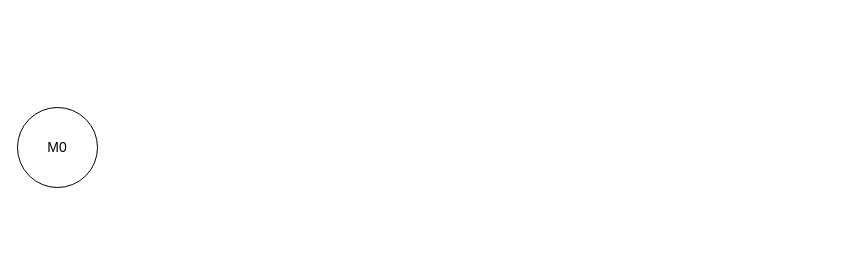
Above: Milestone 2 Erreichbarkeitsgraph.drawio in ALADIN847/ALADIN847 (draw.io), before the change. Source tidied: cells renumbered, new cells numbered last; positions are measured from the earlier drawing's top-left corner, leaving out a move shared by most shapes. Both pictures are drawn from the tidied source at 100%, with x=0, y=0 at pixel (17, 107).
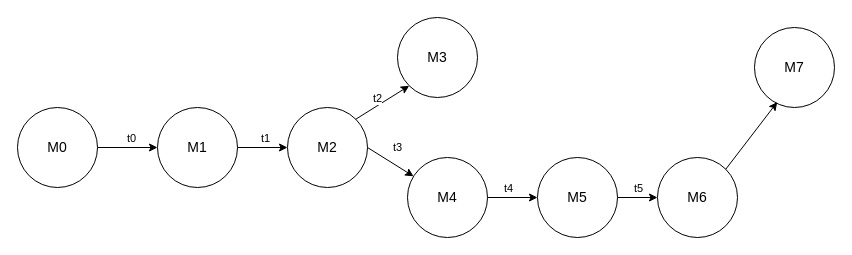
The same diagram, later.

Unchanged cells that the change refers to:
```xml
<mxCell id="2" value="&lt;font style=&quot;font-size: 14px;&quot;&gt;M0&lt;/font&gt;" style="ellipse;whiteSpace=wrap;html=1;" parent="1" vertex="1">
  <mxGeometry width="80" height="80" as="geometry" />
</mxCell>
```

Diff of the diagram source:
```diff
@@
+    <mxCell id="3" value="&lt;font style=&quot;font-size: 14px;&quot;&gt;M1&lt;/font&gt;" style="ellipse;whiteSpace=wrap;html=1;" parent="1" vertex="1">
+      <mxGeometry x="140" width="80" height="80" as="geometry" />
+    </mxCell>
+    <mxCell id="4" style="endArrow=classic;html=1;rounded=0;exitX=1;exitY=0.5;exitDx=0;exitDy=0;entryX=0;entryY=0.5;entryDx=0;entryDy=0;" parent="1" edge="1" source="2" target="3">
+      <mxGeometry relative="1" as="geometry" />
+    </mxCell>
+    <mxCell id="5" value="t0" style="edgeLabel;html=1;align=center;verticalAlign=middle;" parent="4" vertex="1">
+      <mxGeometry x="0.09" y="-1" relative="1" as="geometry">
+        <mxPoint y="-11" as="offset" />
+      </mxGeometry>
+    </mxCell>
+    <mxCell id="6" value="&lt;font style=&quot;font-size: 14px;&quot;&gt;M2&lt;/font&gt;" style="ellipse;whiteSpace=wrap;html=1;" parent="1" vertex="1">
+      <mxGeometry x="270" width="80" height="80" as="geometry" />
+    </mxCell>
+    <mxCell id="7" style="endArrow=classic;html=1;rounded=0;exitX=1;exitY=0.5;exitDx=0;exitDy=0;entryX=0;entryY=0.5;entryDx=0;entryDy=0;" parent="1" edge="1" source="3" target="6">
+      <mxGeometry relative="1" as="geometry" />
+    </mxCell>
+    <mxCell id="8" value="t1" style="edgeLabel;html=1;align=center;verticalAlign=middle;" parent="7" vertex="1">
+      <mxGeometry x="0.09" y="-1" relative="1" as="geometry">
+        <mxPoint y="-11" as="offset" />
+      </mxGeometry>
+    </mxCell>
+    <mxCell id="9" value="&lt;font style=&quot;font-size: 14px;&quot;&gt;M3&lt;/font&gt;" style="ellipse;whiteSpace=wrap;html=1;" parent="1" vertex="1">
+      <mxGeometry x="380" y="-90" width="80" height="80" as="geometry" />
+    </mxCell>
+    <mxCell id="10" style="endArrow=classic;html=1;rounded=0;exitX=1;exitY=0;exitDx=0;exitDy=0;entryX=0;entryY=1;entryDx=0;entryDy=0;" parent="1" edge="1" source="6" target="9">
+      <mxGeometry relative="1" as="geometry" />
+    </mxCell>
+    <mxCell id="11" value="t2" style="edgeLabel;html=1;align=center;verticalAlign=middle;" parent="10" vertex="1">
+      <mxGeometry x="0.09" y="-1" relative="1" as="geometry">
+        <mxPoint x="-8" y="-4" as="offset" />
+      </mxGeometry>
+    </mxCell>
+    <mxCell id="12" value="&lt;font style=&quot;font-size: 14px;&quot;&gt;M4&lt;/font&gt;" style="ellipse;whiteSpace=wrap;html=1;" parent="1" vertex="1">
+      <mxGeometry x="390" y="50" width="80" height="80" as="geometry" />
+    </mxCell>
+    <mxCell id="13" style="endArrow=classic;html=1;rounded=0;exitX=1;exitY=0.5;exitDx=0;exitDy=0;" parent="1" edge="1" source="6" target="12">
+      <mxGeometry relative="1" as="geometry" />
+    </mxCell>
+    <mxCell id="14" value="t3" style="edgeLabel;html=1;align=center;verticalAlign=middle;" parent="13" vertex="1">
+      <mxGeometry x="0.09" y="-1" relative="1" as="geometry">
+        <mxPoint x="5" y="-17" as="offset" />
+      </mxGeometry>
+    </mxCell>
+    <mxCell id="15" value="&lt;font style=&quot;font-size: 14px;&quot;&gt;M5&lt;/font&gt;" style="ellipse;whiteSpace=wrap;html=1;" parent="1" vertex="1">
+      <mxGeometry x="520" y="50" width="80" height="80" as="geometry" />
+    </mxCell>
+    <mxCell id="16" style="endArrow=classic;html=1;rounded=0;exitX=1;exitY=0.5;exitDx=0;exitDy=0;entryX=0;entryY=0.5;entryDx=0;entryDy=0;" parent="1" edge="1" source="12" target="15">
+      <mxGeometry relative="1" as="geometry" />
+    </mxCell>
+    <mxCell id="17" value="t4" style="edgeLabel;html=1;align=center;verticalAlign=middle;" parent="16" vertex="1">
+      <mxGeometry x="0.3" relative="1" as="geometry">
+        <mxPoint x="-13" y="-10" as="offset" />
+      </mxGeometry>
+    </mxCell>
+    <mxCell id="18" value="&lt;font style=&quot;font-size: 14px;&quot;&gt;M6&lt;/font&gt;" style="ellipse;whiteSpace=wrap;html=1;" parent="1" vertex="1">
+      <mxGeometry x="640" y="50" width="80" height="80" as="geometry" />
+    </mxCell>
+    <mxCell id="19" style="endArrow=classic;html=1;rounded=0;exitX=1;exitY=0.5;exitDx=0;exitDy=0;entryX=0;entryY=0.5;entryDx=0;entryDy=0;" parent="1" edge="1" source="15" target="18">
+      <mxGeometry relative="1" as="geometry" />
+    </mxCell>
+    <mxCell id="20" value="t5" style="edgeLabel;html=1;align=center;verticalAlign=middle;" parent="19" vertex="1">
+      <mxGeometry x="-0.2" y="1" relative="1" as="geometry">
+        <mxPoint x="4" y="-9" as="offset" />
+      </mxGeometry>
+    </mxCell>
+    <mxCell id="21" value="&lt;font style=&quot;font-size: 14px;&quot;&gt;M7&lt;/font&gt;" style="ellipse;whiteSpace=wrap;html=1;" parent="1" vertex="1">
+      <mxGeometry x="737" y="-80" width="80" height="80" as="geometry" />
+    </mxCell>
+    <mxCell id="22" style="endArrow=classic;html=1;rounded=0;exitX=1;exitY=0;exitDx=0;exitDy=0;entryX=0.284;entryY=0.933;entryDx=0;entryDy=0;entryPerimeter=0;" parent="1" edge="1" source="18" target="21">
+      <mxGeometry relative="1" as="geometry" />
+    </mxCell>
```
